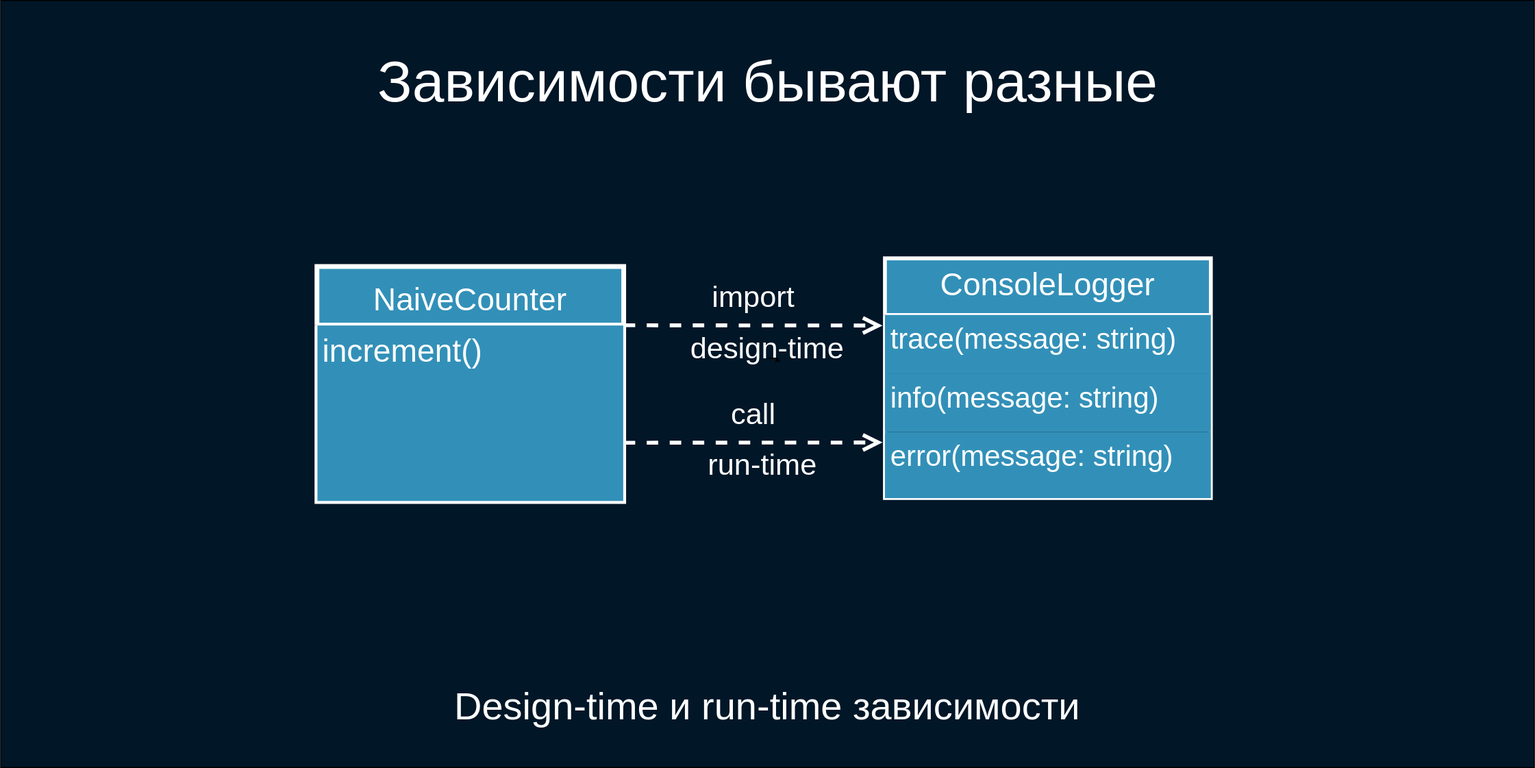
Earlier version of the draw.io export deck/ru/diagrams/naive2.svg (softspiders/dip-in-ca-deck). Source tidied: cells renumbered, new cells last; positions are measured from the earlier drawing's top-left corner, leaving out a move shared by most shapes.
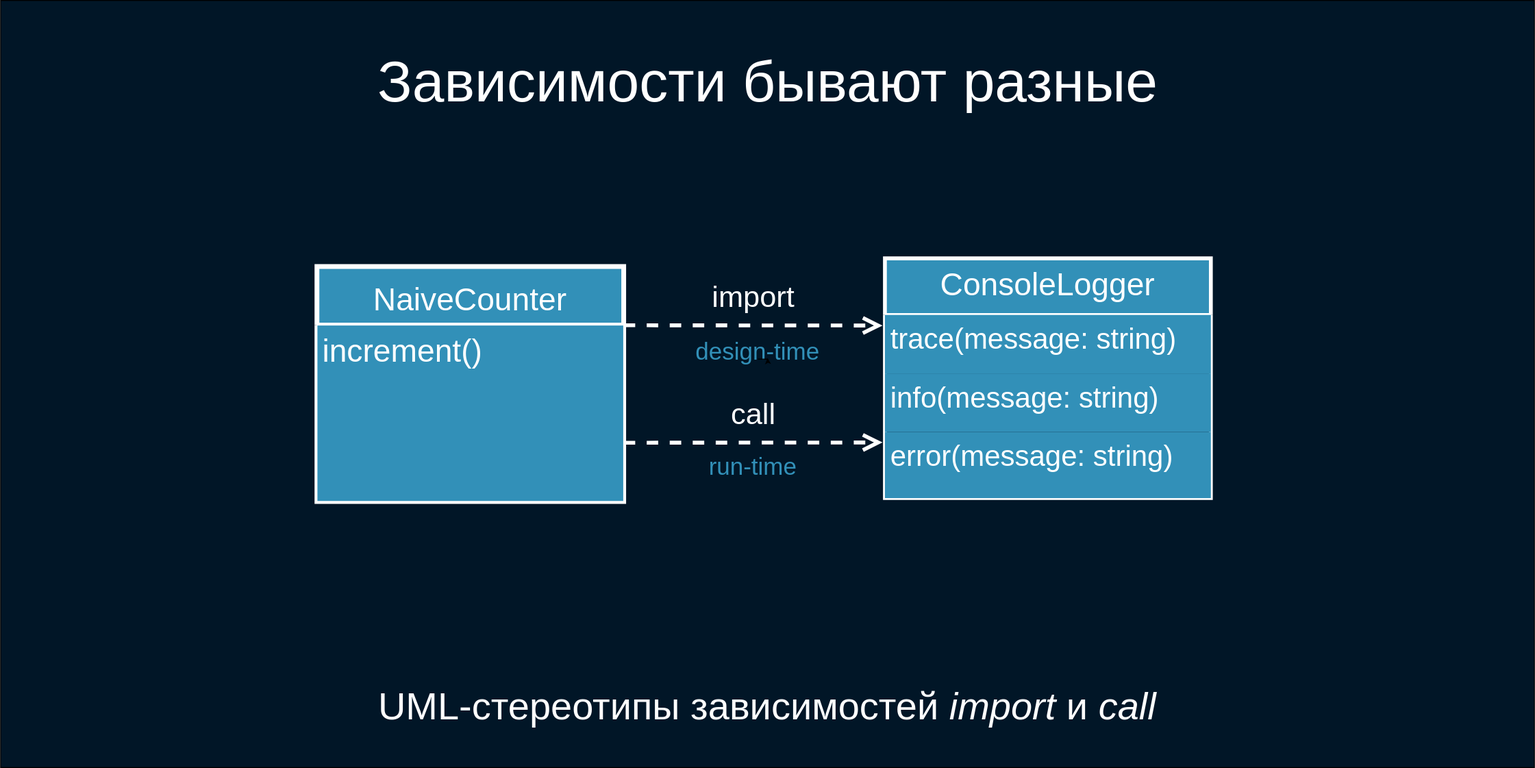
The same file after the commit.

The edit, as a diff of the source:
```diff
@@ -16,8 +16,8 @@
     <mxCell id="5" value="increment()" style="text;strokeColor=#FFFFFF;fillColor=#3290B8;align=left;verticalAlign=top;spacingLeft=4;spacingRight=4;overflow=hidden;strokeWidth=1;fontSize=33;fontColor=#FFFFFF;" parent="4" vertex="1">
       <mxGeometry y="61" width="320" height="184" as="geometry" />
     </mxCell>
-    <mxCell id="6" value="design-time" style="text;html=1;strokeColor=none;fillColor=none;align=center;verticalAlign=middle;whiteSpace=wrap;rounded=0;fontSize=31;fontColor=#FFFFFF;" parent="1" vertex="1">
-      <mxGeometry x="705" y="353" width="190" height="20" as="geometry" />
+    <mxCell id="6" value="&lt;font style=&quot;font-size: 25px&quot;&gt;design-time&lt;/font&gt;" style="text;html=1;strokeColor=none;fillColor=none;align=center;verticalAlign=middle;whiteSpace=wrap;rounded=0;fontSize=31;fontColor=#3290B8;" parent="1" vertex="1">
+      <mxGeometry x="695" y="354" width="190" height="20" as="geometry" />
     </mxCell>
     <mxCell id="7" style="edgeStyle=orthogonalEdgeStyle;rounded=0;orthogonalLoop=1;jettySize=auto;html=1;exitX=0.5;exitY=1;exitDx=0;exitDy=0;entryX=0.553;entryY=0.974;entryDx=0;entryDy=0;entryPerimeter=0;fontSize=33;fontColor=#FFFFFF;" parent="1" edge="1" source="6" target="6">
       <mxGeometry relative="1" as="geometry" />
@@ -30,10 +30,10 @@
         <mxPoint x="920" y="461" as="targetPoint" />
       </mxGeometry>
     </mxCell>
-    <mxCell id="10" value="run-time" style="text;html=1;strokeColor=none;fillColor=none;align=center;verticalAlign=middle;whiteSpace=wrap;rounded=0;fontSize=31;fontColor=#FFFFFF;" parent="1" vertex="1">
-      <mxGeometry x="700" y="474" width="190" height="20" as="geometry" />
+    <mxCell id="10" value="run-time" style="text;html=1;strokeColor=none;fillColor=none;align=center;verticalAlign=middle;whiteSpace=wrap;rounded=0;fontSize=25;fontColor=#3290B8;" parent="1" vertex="1">
+      <mxGeometry x="690" y="475" width="190" height="20" as="geometry" />
     </mxCell>
-    <mxCell id="11" value="Design-time и run-time зависимости" style="text;html=1;strokeColor=none;fillColor=none;align=center;verticalAlign=middle;whiteSpace=wrap;rounded=0;fontSize=40;fontColor=#FFFFFF;" parent="1" vertex="1">
+    <mxCell id="11" value="UML-стереотипы зависимостей&amp;nbsp;&lt;i&gt;import&lt;/i&gt; и &lt;i&gt;call&lt;/i&gt;" style="text;html=1;strokeColor=none;fillColor=none;align=center;verticalAlign=middle;whiteSpace=wrap;rounded=0;fontSize=40;fontColor=#FFFFFF;" parent="1" vertex="1">
       <mxGeometry x="215" y="700" width="1170" height="70" as="geometry" />
     </mxCell>
     <mxCell id="12" value="ConsoleLogger" style="swimlane;fontStyle=0;align=center;verticalAlign=top;horizontal=1;startSize=59;strokeColor=#FFFFFF;strokeWidth=4;fillColor=#3290B8;fontSize=33;fontColor=#FFFFFF;labelBackgroundColor=none;" parent="1" vertex="1">
```
